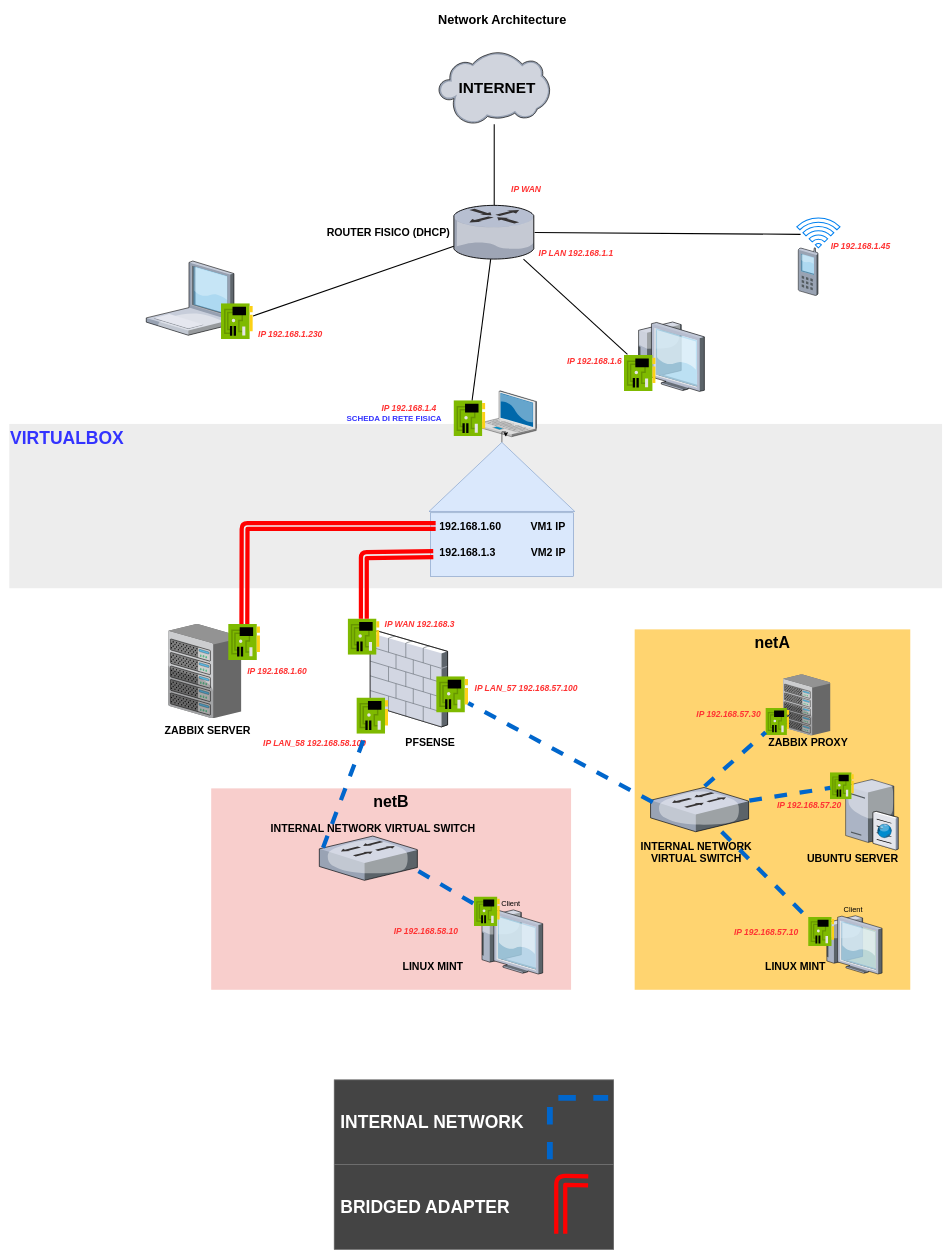
The draw.io diagram network_schema.drawio in padowla/super-fortnight, before the edit. Source tidied: cells renumbered, new cells numbered last; positions are measured from the earlier drawing's top-left corner, leaving out a move shared by most shapes. Both pictures are drawn from the tidied source at 53%, with x=0, y=0 at pixel (9, 9).
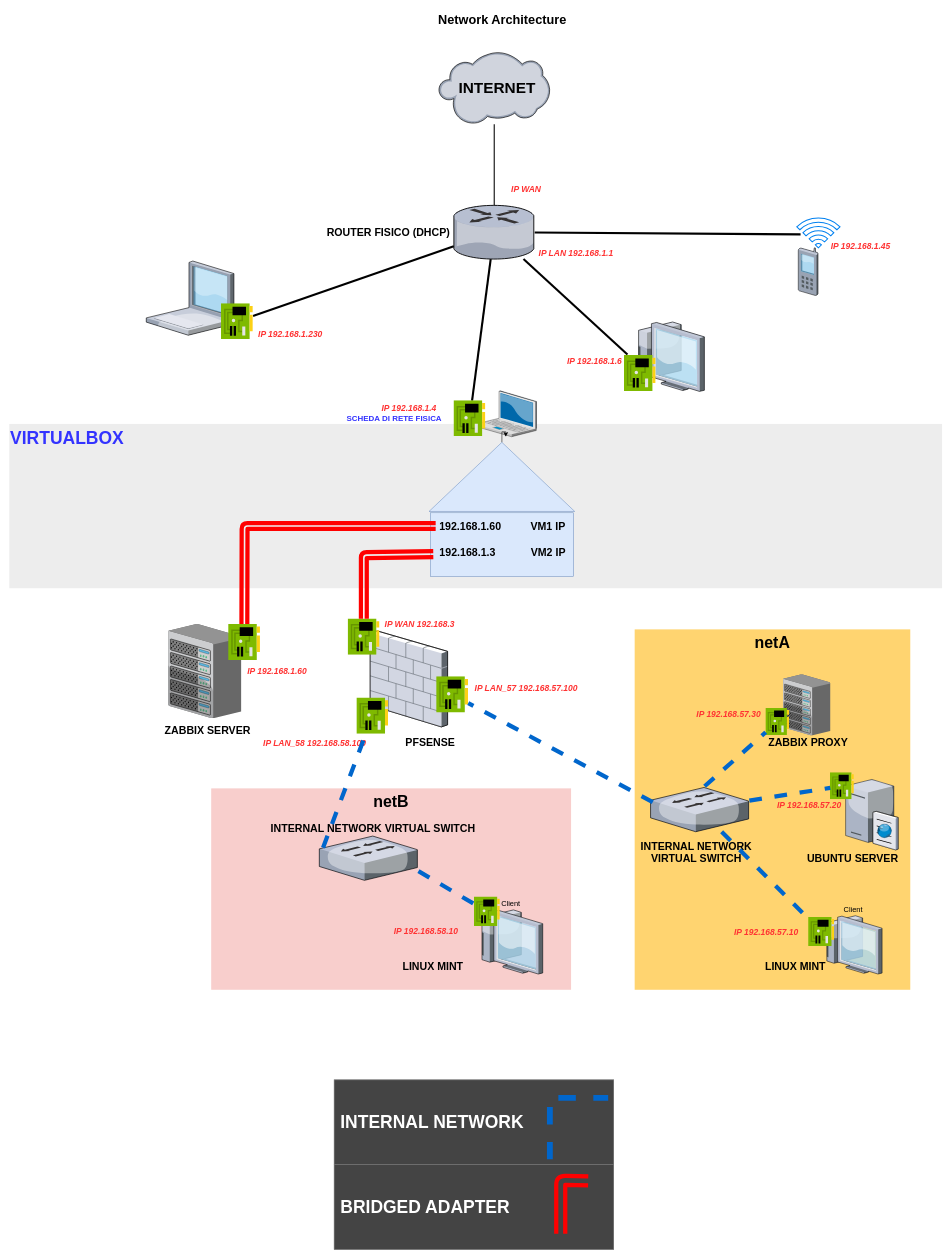
After the change.

Unchanged cells that the change refers to:
```xml
<mxCell id="6" style="verticalLabelPosition=bottom;html=1;verticalAlign=top;strokeColor=none;align=center;outlineConnect=0;shape=mxgraph.citrix.router;fontSize=29;" parent="1" vertex="1">
  <mxGeometry x="838.7" y="370" width="152.6" height="101.3" as="geometry" />
</mxCell>
<mxCell id="18" value="&lt;b&gt;&lt;font color=&quot;#FF3333&quot;&gt;&lt;i&gt;&lt;font style=&quot;font-size: 16px&quot;&gt;IP 192.168.1.6&lt;br&gt;&lt;/font&gt;&lt;/i&gt;&lt;/font&gt;&lt;/b&gt;" style="text;html=1;align=center;verticalAlign=middle;points=[];fontSize=15;" parent="1" vertex="1">
  <mxGeometry x="1043.5" y="652.8" width="120" height="20" as="geometry" />
</mxCell>
<mxCell id="23" style="html=1;points=[];align=center;image;fontSize=12;image=img/lib/mscae/NetworkInterfaceCard.svg;labelBackgroundColor=none;" parent="1" vertex="1">
  <mxGeometry x="838.7" y="738.3" width="60" height="68.2" as="geometry" />
</mxCell>
<mxCell id="24" style="html=1;points=[];align=center;image;fontSize=12;image=img/lib/mscae/NetworkInterfaceCard.svg;labelBackgroundColor=none;" parent="1" vertex="1">
  <mxGeometry x="400" y="555" width="60" height="68.2" as="geometry" />
</mxCell>
<mxCell id="26" style="html=1;verticalLabelPosition=bottom;align=center;labelBackgroundColor=#ffffff;verticalAlign=top;strokeWidth=2;strokeColor=#0080F0;shadow=0;dashed=0;shape=mxgraph.ios7.icons.wifi;fontSize=15;" parent="1" vertex="1">
  <mxGeometry x="1485.8" y="394" width="81.7" height="56" as="geometry" />
</mxCell>
```

What changed in the source:
```diff
@@
-    <mxCell id="12" style="edgeStyle=none;rounded=0;html=1;startSize=10;endSize=10;jettySize=auto;fontSize=14;endArrow=none;endFill=0;strokeWidth=2;" parent="1" edge="1" source="24" target="6">
+    <mxCell id="12" style="edgeStyle=none;rounded=0;html=1;startSize=10;endSize=10;jettySize=auto;fontSize=14;endArrow=none;endFill=0;strokeWidth=4;" parent="1" edge="1" source="24" target="6">
       <mxGeometry relative="1" as="geometry" />
     </mxCell>
-    <mxCell id="13" style="edgeStyle=none;rounded=0;html=1;startSize=10;endSize=10;jettySize=auto;fontSize=14;endArrow=none;endFill=0;strokeWidth=2;" parent="1" edge="1" source="23" target="6">
+    <mxCell id="13" style="edgeStyle=none;rounded=0;html=1;startSize=10;endSize=10;jettySize=auto;fontSize=14;endArrow=none;endFill=0;strokeWidth=4;" parent="1" edge="1" source="23" target="6">
       <mxGeometry relative="1" as="geometry" />
     </mxCell>
-    <mxCell id="14" style="edgeStyle=none;rounded=0;html=1;startSize=10;endSize=10;jettySize=auto;fontSize=14;endArrow=none;endFill=0;strokeWidth=2;exitX=1.024;exitY=-0.074;exitDx=0;exitDy=0;exitPerimeter=0;" parent="1" edge="1" source="18" target="6">
+    <mxCell id="14" style="edgeStyle=none;rounded=0;html=1;startSize=10;endSize=10;jettySize=auto;fontSize=14;endArrow=none;endFill=0;strokeWidth=4;exitX=1.024;exitY=-0.074;exitDx=0;exitDy=0;exitPerimeter=0;" parent="1" edge="1" source="18" target="6">
       <mxGeometry relative="1" as="geometry" />
     </mxCell>
-    <mxCell id="15" style="edgeStyle=none;rounded=0;html=1;startSize=10;endSize=10;jettySize=auto;fontSize=14;endArrow=none;endFill=0;strokeWidth=2;exitX=0.088;exitY=0.548;exitDx=0;exitDy=0;exitPerimeter=0;" parent="1" edge="1" source="26" target="6">
+    <mxCell id="15" style="edgeStyle=none;rounded=0;html=1;startSize=10;endSize=10;jettySize=auto;fontSize=14;endArrow=none;endFill=0;strokeWidth=4;exitX=0.088;exitY=0.548;exitDx=0;exitDy=0;exitPerimeter=0;" parent="1" edge="1" source="26" target="6">
       <mxGeometry relative="1" as="geometry" />
     </mxCell>
```
